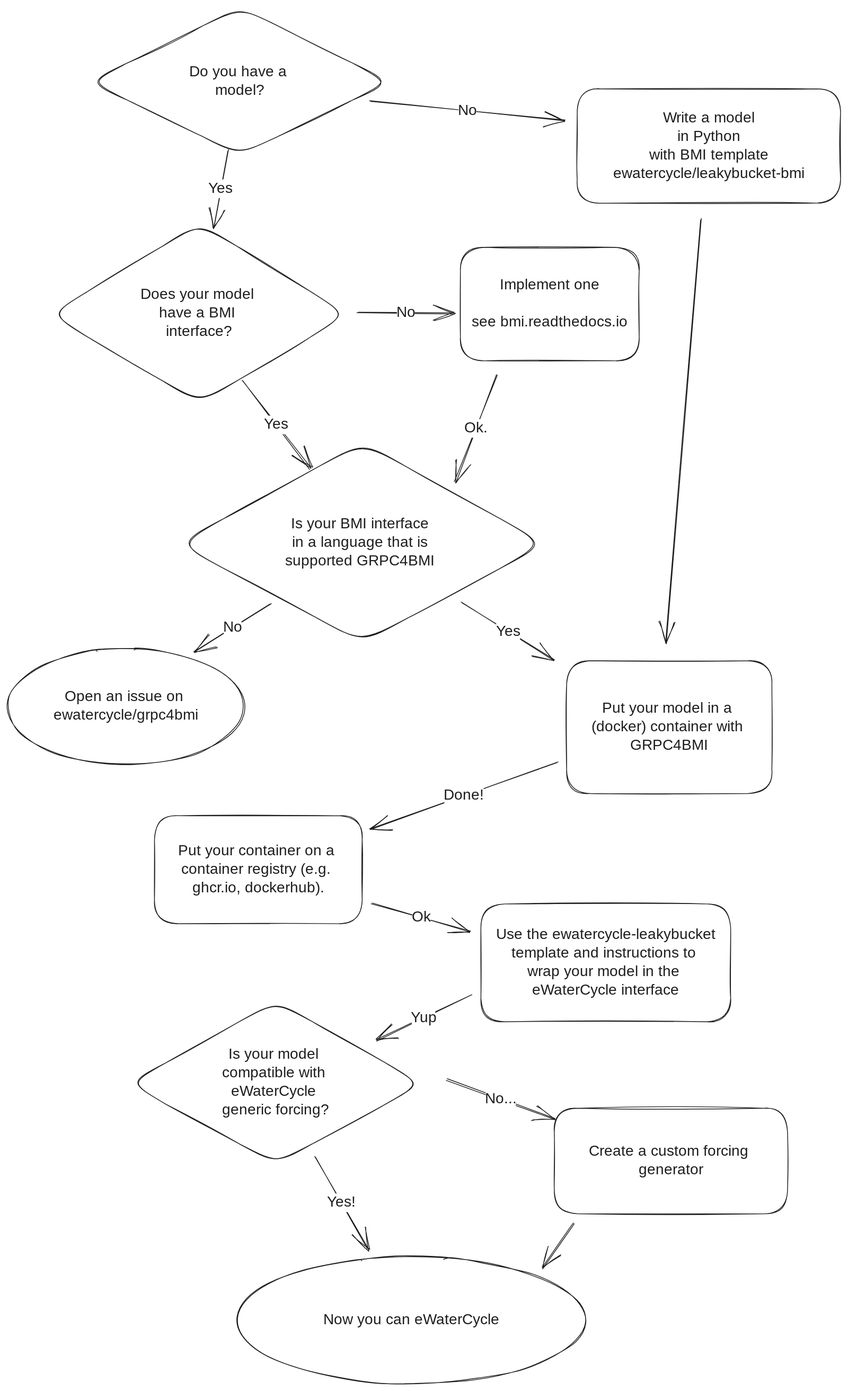
eWaterCycle/ewatercycle keeps this Excalidraw diagram as docs/_static/flowchart_ewatercycle.excalidraw.svg. Above is the earlier version. Source tidied: one line per element, renumbered; positions are measured from the earlier drawing's top-left corner, leaving out a move shared by most shapes. The source it was exported from:
```json
{"id": 0, "type": "diamond", "strokeColor": "#1e1e1e", "strokeWidth": 1, "roughness": 1, "round": true, "x": 111, "y": 0, "width": 405, "height": 199}
{"id": 1, "type": "text", "text": "Do you have a \nmodel?", "strokeColor": "#1e1e1e", "strokeWidth": 1, "roughness": 1, "fontSize": 20, "fontFamily": 1, "textAlign": "center", "verticalAlign": "middle", "inside": 0, "x": 235, "y": 75, "width": 156, "height": 50}
{"id": 2, "type": "diamond", "strokeColor": "#1e1e1e", "strokeWidth": 1, "roughness": 1, "round": true, "x": 57, "y": 292, "width": 402, "height": 242}
{"id": 3, "type": "text", "text": "Does your model \nhave a BMI \ninterface?", "strokeColor": "#1e1e1e", "strokeWidth": 1, "roughness": 1, "fontSize": 20, "fontFamily": 1, "textAlign": "center", "verticalAlign": "middle", "inside": 2, "x": 173, "y": 375, "width": 170, "height": 75}
{"id": 4, "type": "diamond", "strokeColor": "#1e1e1e", "strokeWidth": 1, "roughness": 1, "round": true, "x": 230, "y": 587, "width": 495, "height": 270}
{"id": 5, "type": "text", "text": "Is your BMI interface \nin a language that is \nsupported GRPC4BMI ", "strokeColor": "#1e1e1e", "strokeWidth": 1, "roughness": 1, "fontSize": 20, "fontFamily": 1, "textAlign": "center", "verticalAlign": "middle", "inside": 4, "x": 362, "y": 684, "width": 232, "height": 75}
{"id": 6, "type": "rectangle", "strokeColor": "#1e1e1e", "strokeWidth": 1, "roughness": 1, "round": true, "x": 768, "y": 110, "width": 355, "height": 154}
{"id": 7, "type": "text", "text": "Write a model\nin Python\nwith BMI template\newatercycle/leakybucket-bmi", "strokeColor": "#1e1e1e", "strokeWidth": 1, "roughness": 1, "fontSize": 20, "fontFamily": 1, "textAlign": "center", "verticalAlign": "middle", "inside": 6, "x": 810, "y": 137, "width": 271, "height": 100}
{"id": 8, "type": "arrow", "strokeColor": "#1e1e1e", "strokeWidth": 1, "roughness": 1, "endArrowhead": "arrow", "round": true, "from": 0, "to": 6, "x": 489, "y": 127, "width": 262, "height": 26, "points": [[0, 0], [262, 26]]}
{"id": 9, "type": "text", "text": "No", "strokeColor": "#1e1e1e", "strokeWidth": 1, "roughness": 1, "fontSize": 20, "fontFamily": 1, "textAlign": "center", "verticalAlign": "middle", "inside": 8, "x": 578, "y": 129, "width": 24, "height": 25}
{"id": 10, "type": "arrow", "strokeColor": "#1e1e1e", "strokeWidth": 1, "roughness": 1, "endArrowhead": "arrow", "round": true, "from": 0, "to": 2, "x": 297, "y": 192, "width": 19, "height": 104, "points": [[0, 0], [-19, 104]]}
{"id": 11, "type": "text", "text": "Yes", "strokeColor": "#1e1e1e", "strokeWidth": 1, "roughness": 1, "fontSize": 20, "fontFamily": 1, "textAlign": "center", "verticalAlign": "middle", "inside": 10, "x": 276, "y": 269, "width": 32, "height": 25}
{"id": 12, "type": "arrow", "strokeColor": "#1e1e1e", "strokeWidth": 1, "roughness": 1, "endArrowhead": "arrow", "round": true, "from": 6, "to": 27, "x": 934, "y": 285, "width": 47, "height": 572, "points": [[0, 0], [-47, 572]]}
{"id": 13, "type": "arrow", "strokeColor": "#1e1e1e", "strokeWidth": 1, "roughness": 1, "endArrowhead": "arrow", "round": true, "from": 2, "to": 4, "x": 317, "y": 503, "width": 92, "height": 119, "points": [[0, 0], [92, 119]]}
{"id": 14, "type": "text", "text": "Yes", "strokeColor": "#1e1e1e", "strokeWidth": 1, "roughness": 1, "fontSize": 20, "fontFamily": 1, "textAlign": "center", "verticalAlign": "middle", "inside": 13, "x": 347, "y": 546, "width": 32, "height": 25}
{"id": 15, "type": "rectangle", "strokeColor": "#1e1e1e", "strokeWidth": 1, "roughness": 1, "round": true, "x": 611, "y": 323, "width": 241, "height": 153}
{"id": 16, "type": "text", "text": "Implement one\n\nsee bmi.readthedocs.io", "strokeColor": "#1e1e1e", "strokeWidth": 1, "roughness": 1, "fontSize": 20, "fontFamily": 1, "textAlign": "center", "verticalAlign": "middle", "inside": 15, "x": 623, "y": 362, "width": 216, "height": 75}
{"id": 17, "type": "arrow", "strokeColor": "#1e1e1e", "strokeWidth": 1, "roughness": 1, "endArrowhead": "arrow", "round": true, "from": 2, "to": 15, "x": 471, "y": 411, "width": 131, "height": 2, "points": [[0, 0], [131, 2]]}
{"id": 18, "type": "text", "text": "No", "strokeColor": "#1e1e1e", "strokeWidth": 1, "roughness": 1, "fontSize": 20, "fontFamily": 1, "textAlign": "center", "verticalAlign": "middle", "inside": 17, "x": 512, "y": 401, "width": 24, "height": 25}
{"id": 19, "type": "arrow", "strokeColor": "#1e1e1e", "strokeWidth": 1, "roughness": 1, "endArrowhead": "arrow", "round": true, "from": 15, "to": 4, "x": 660, "y": 496, "width": 57, "height": 144, "points": [[0, 0], [-57, 144]]}
{"id": 20, "type": "text", "text": "Ok.", "strokeColor": "#1e1e1e", "strokeWidth": 1, "roughness": 1, "fontSize": 20, "fontFamily": 1, "textAlign": "center", "verticalAlign": "middle", "inside": 19, "x": 604, "y": 591, "width": 30, "height": 25}
{"id": 21, "type": "arrow", "strokeColor": "#1e1e1e", "strokeWidth": 1, "roughness": 1, "endArrowhead": "arrow", "round": true, "from": 4, "to": 27, "x": 612, "y": 803, "width": 125, "height": 77, "points": [[0, 0], [125, 77]]}
{"id": 22, "type": "text", "text": "Yes", "strokeColor": "#1e1e1e", "strokeWidth": 1, "roughness": 1, "fontSize": 20, "fontFamily": 1, "textAlign": "center", "verticalAlign": "middle", "inside": 21, "x": 630, "y": 838, "width": 32, "height": 25}
{"id": 23, "type": "arrow", "strokeColor": "#1e1e1e", "strokeWidth": 1, "roughness": 1, "endArrowhead": "arrow", "round": true, "from": 4, "to": 25, "x": 355, "y": 803, "width": 102, "height": 65, "points": [[0, 0], [-102, 65]]}
{"id": 24, "type": "text", "text": "No", "strokeColor": "#1e1e1e", "strokeWidth": 1, "roughness": 1, "fontSize": 20, "fontFamily": 1, "textAlign": "center", "verticalAlign": "middle", "inside": 23, "x": 334, "y": 856, "width": 24, "height": 25}
{"id": 25, "type": "ellipse", "strokeColor": "#1e1e1e", "strokeWidth": 1, "roughness": 1, "round": true, "x": 0, "y": 865, "width": 319, "height": 156}
{"id": 26, "type": "text", "text": "Open an issue on \newatercycle/grpc4bmi", "strokeColor": "#1e1e1e", "strokeWidth": 1, "roughness": 1, "fontSize": 20, "fontFamily": 1, "textAlign": "center", "verticalAlign": "middle", "inside": 25, "x": 59, "y": 918, "width": 201, "height": 50}
{"id": 27, "type": "rectangle", "strokeColor": "#1e1e1e", "strokeWidth": 1, "roughness": 1, "round": true, "x": 754, "y": 881, "width": 277, "height": 179}
{"id": 28, "type": "text", "text": "Put your model in a \n(docker) container with \nGRPC4BMI", "strokeColor": "#1e1e1e", "strokeWidth": 1, "roughness": 1, "fontSize": 20, "fontFamily": 1, "textAlign": "center", "verticalAlign": "middle", "inside": 27, "x": 776, "y": 933, "width": 233, "height": 75}
{"id": 29, "type": "rectangle", "strokeColor": "#1e1e1e", "strokeWidth": 1, "roughness": 1, "round": true, "x": 638, "y": 1209, "width": 337, "height": 159}
{"id": 30, "type": "text", "text": "Use the ewatercycle-leakybucket\ntemplate and instructions to \nwrap your model in the \neWaterCycle interface", "strokeColor": "#1e1e1e", "strokeWidth": 1, "roughness": 1, "fontSize": 20, "fontFamily": 1, "textAlign": "center", "verticalAlign": "middle", "inside": 29, "x": 646, "y": 1238, "width": 322, "height": 100}
{"id": 31, "type": "arrow", "strokeColor": "#1e1e1e", "strokeWidth": 1, "roughness": 1, "endArrowhead": "arrow", "round": true, "from": 27, "to": 33, "x": 742, "y": 1019, "width": 252, "height": 89, "points": [[0, 0], [-252, 89]]}
{"id": 32, "type": "text", "text": "Done!", "strokeColor": "#1e1e1e", "strokeWidth": 1, "roughness": 1, "fontSize": 20, "fontFamily": 1, "textAlign": "center", "verticalAlign": "middle", "inside": 31, "x": 625, "y": 1130, "width": 53, "height": 25}
{"id": 33, "type": "rectangle", "strokeColor": "#1e1e1e", "strokeWidth": 1, "roughness": 1, "round": true, "x": 198, "y": 1090, "width": 280, "height": 146}
{"id": 34, "type": "text", "text": "Put your container on a \ncontainer registry (e.g. \nghcr.io, dockerhub).", "strokeColor": "#1e1e1e", "strokeWidth": 1, "roughness": 1, "fontSize": 20, "fontFamily": 1, "textAlign": "center", "verticalAlign": "middle", "inside": 33, "x": 214, "y": 1125, "width": 248, "height": 75}
{"id": 35, "type": "arrow", "strokeColor": "#1e1e1e", "strokeWidth": 1, "roughness": 1, "endArrowhead": "arrow", "round": true, "from": 33, "to": 29, "x": 492, "y": 1208, "width": 133, "height": 38, "points": [[0, 0], [133, 38]]}
{"id": 36, "type": "text", "text": "Ok", "strokeColor": "#1e1e1e", "strokeWidth": 1, "roughness": 1, "fontSize": 20, "fontFamily": 1, "textAlign": "center", "verticalAlign": "middle", "inside": 35, "x": 546, "y": 1215, "width": 24, "height": 25}
{"id": 37, "type": "diamond", "strokeColor": "#1e1e1e", "strokeWidth": 1, "roughness": 1, "round": true, "x": 164, "y": 1340, "width": 396, "height": 220}
{"id": 38, "type": "text", "text": "Is your model \ncompatible with \neWaterCycle \ngeneric forcing?", "strokeColor": "#1e1e1e", "strokeWidth": 1, "roughness": 1, "fontSize": 20, "fontFamily": 1, "textAlign": "center", "verticalAlign": "middle", "inside": 37, "x": 283, "y": 1400, "width": 157, "height": 100}
{"id": 39, "type": "arrow", "strokeColor": "#1e1e1e", "strokeWidth": 1, "roughness": 1, "endArrowhead": "arrow", "round": true, "from": 29, "to": 37, "x": 625, "y": 1332, "width": 128, "height": 61, "points": [[0, 0], [-128, 61]]}
{"id": 40, "type": "text", "text": "Yup", "strokeColor": "#1e1e1e", "strokeWidth": 1, "roughness": 1, "fontSize": 20, "fontFamily": 1, "textAlign": "center", "verticalAlign": "middle", "inside": 39, "x": 556, "y": 1395, "width": 32, "height": 25}
{"id": 41, "type": "ellipse", "strokeColor": "#1e1e1e", "strokeWidth": 1, "roughness": 1, "round": true, "x": 309, "y": 1684, "width": 470, "height": 171}
{"id": 42, "type": "text", "text": "Now you can eWaterCycle", "strokeColor": "#1e1e1e", "strokeWidth": 1, "roughness": 1, "fontSize": 20, "fontFamily": 1, "textAlign": "center", "verticalAlign": "middle", "inside": 41, "x": 420, "y": 1757, "width": 249, "height": 25}
{"id": 43, "type": "arrow", "strokeColor": "#1e1e1e", "strokeWidth": 1, "roughness": 1, "endArrowhead": "arrow", "round": true, "from": 37, "to": 41, "x": 414, "y": 1550, "width": 72, "height": 124, "points": [[0, 0], [72, 124]]}
{"id": 44, "type": "text", "text": "Yes!", "strokeColor": "#1e1e1e", "strokeWidth": 1, "roughness": 1, "fontSize": 20, "fontFamily": 1, "textAlign": "center", "verticalAlign": "middle", "inside": 43, "x": 390, "y": 1674, "width": 38, "height": 25}
{"id": 45, "type": "rectangle", "strokeColor": "#1e1e1e", "strokeWidth": 1, "roughness": 1, "round": true, "x": 737, "y": 1484, "width": 314, "height": 142}
{"id": 46, "type": "text", "text": "Create a custom forcing \ngenerator", "strokeColor": "#1e1e1e", "strokeWidth": 1, "roughness": 1, "fontSize": 20, "fontFamily": 1, "textAlign": "center", "verticalAlign": "middle", "inside": 45, "x": 768, "y": 1530, "width": 252, "height": 50}
{"id": 47, "type": "arrow", "strokeColor": "#1e1e1e", "strokeWidth": 1, "roughness": 1, "endArrowhead": "arrow", "round": true, "from": 45, "to": 41, "x": 764, "y": 1640, "width": 43, "height": 61, "points": [[0, 0], [-43, 61]]}
{"id": 48, "type": "arrow", "strokeColor": "#1e1e1e", "strokeWidth": 1, "roughness": 1, "endArrowhead": "arrow", "round": true, "from": 37, "to": 45, "x": 593, "y": 1445, "width": 144, "height": 53, "points": [[0, 0], [144, 53]]}
{"id": 49, "type": "text", "text": "No...", "strokeColor": "#1e1e1e", "strokeWidth": 1, "roughness": 1, "fontSize": 20, "fontFamily": 1, "textAlign": "center", "verticalAlign": "middle", "inside": 48, "x": 697, "y": 1544, "width": 40, "height": 25}
```
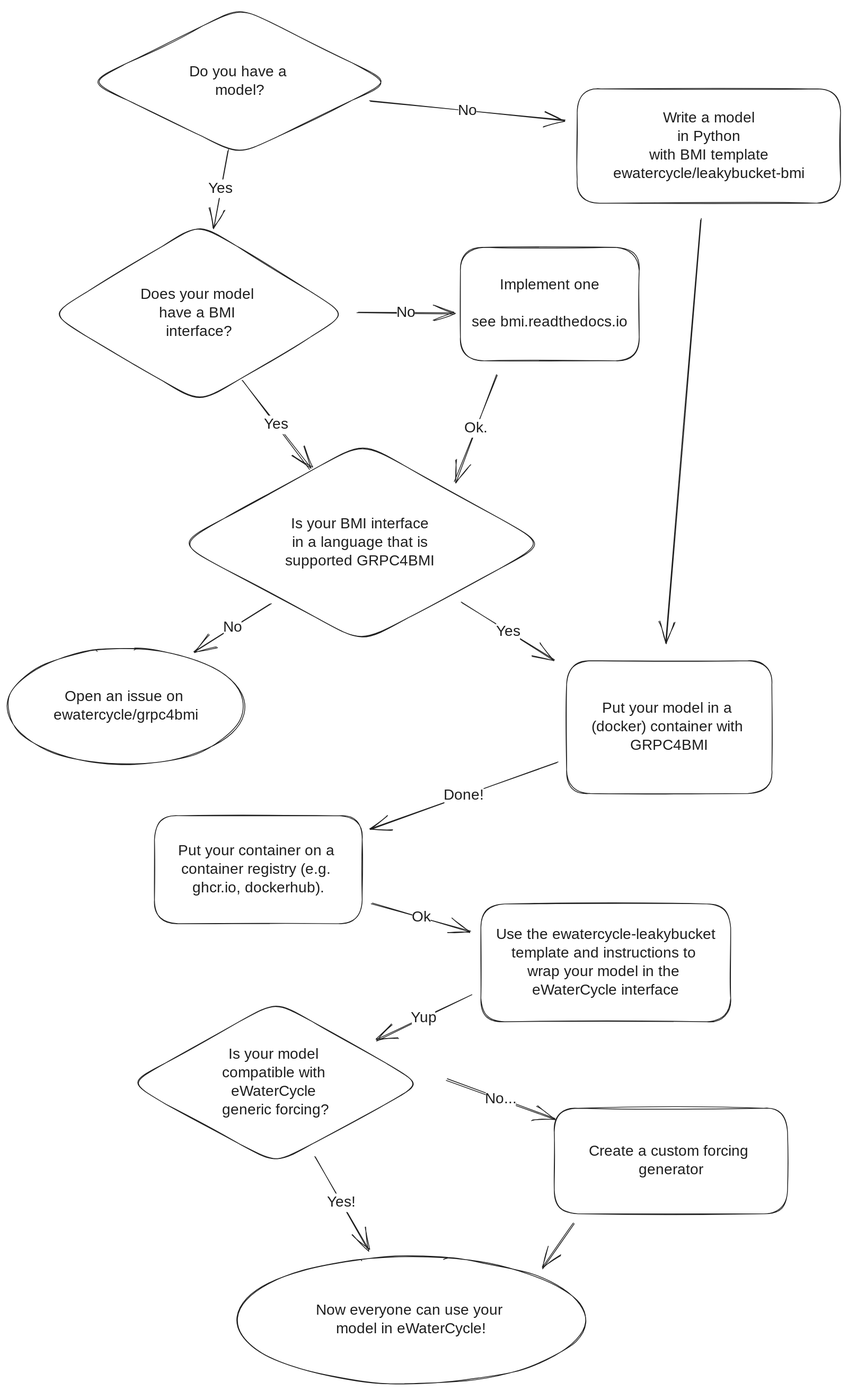
After the commit.

Commit message:
Change final bubble in model adding flowchart.

Diff of the diagram source:
```diff
@@ -40,7 +40,7 @@
 {"id": 39, "type": "arrow", "strokeColor": "#1e1e1e", "strokeWidth": 1, "roughness": 1, "endArrowhead": "arrow", "round": true, "from": 29, "to": 37, "x": 625, "y": 1332, "width": 128, "height": 61, "points": [[0, 0], [-128, 61]]}
 {"id": 40, "type": "text", "text": "Yup", "strokeColor": "#1e1e1e", "strokeWidth": 1, "roughness": 1, "fontSize": 20, "fontFamily": 1, "textAlign": "center", "verticalAlign": "middle", "inside": 39, "x": 556, "y": 1395, "width": 32, "height": 25}
 {"id": 41, "type": "ellipse", "strokeColor": "#1e1e1e", "strokeWidth": 1, "roughness": 1, "round": true, "x": 309, "y": 1684, "width": 470, "height": 171}
-{"id": 42, "type": "text", "text": "Now you can eWaterCycle", "strokeColor": "#1e1e1e", "strokeWidth": 1, "roughness": 1, "fontSize": 20, "fontFamily": 1, "textAlign": "center", "verticalAlign": "middle", "inside": 41, "x": 420, "y": 1757, "width": 249, "height": 25}
+{"id": 42, "type": "text", "text": "Now everyone can use your \nmodel in eWaterCycle!", "strokeColor": "#1e1e1e", "strokeWidth": 1, "roughness": 1, "fontSize": 20, "fontFamily": 1, "textAlign": "center", "verticalAlign": "middle", "inside": 41, "x": 407, "y": 1745, "width": 274, "height": 50}
 {"id": 43, "type": "arrow", "strokeColor": "#1e1e1e", "strokeWidth": 1, "roughness": 1, "endArrowhead": "arrow", "round": true, "from": 37, "to": 41, "x": 414, "y": 1550, "width": 72, "height": 124, "points": [[0, 0], [72, 124]]}
 {"id": 44, "type": "text", "text": "Yes!", "strokeColor": "#1e1e1e", "strokeWidth": 1, "roughness": 1, "fontSize": 20, "fontFamily": 1, "textAlign": "center", "verticalAlign": "middle", "inside": 43, "x": 390, "y": 1674, "width": 38, "height": 25}
 {"id": 45, "type": "rectangle", "strokeColor": "#1e1e1e", "strokeWidth": 1, "roughness": 1, "round": true, "x": 737, "y": 1484, "width": 314, "height": 142}
```
